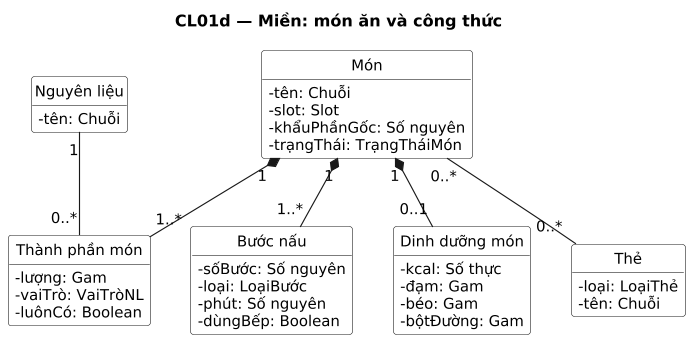
NamBuw/Tastoria keeps this PlantUML diagram as docs/uml/out/class/CL01d-mien-mon-an.png. Above is the earlier version.
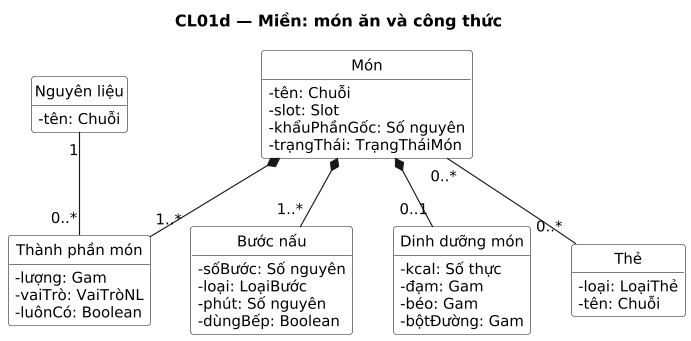
After the change.

Diff of the diagram source:
```diff
@@ -41,9 +41,9 @@
   -tên: Chuỗi
 }
 
-MON "1" *-- "1..*" TPM
+MON *-- "1..*" TPM
 NL "1" -- "0..*" TPM
-MON "1" *-- "1..*" BN
-MON "1" *-- "0..1" DDM
+MON *-- "1..*" BN
+MON *-- "0..1" DDM
 MON "0..*" -- "0..*" THE
 @enduml
```
